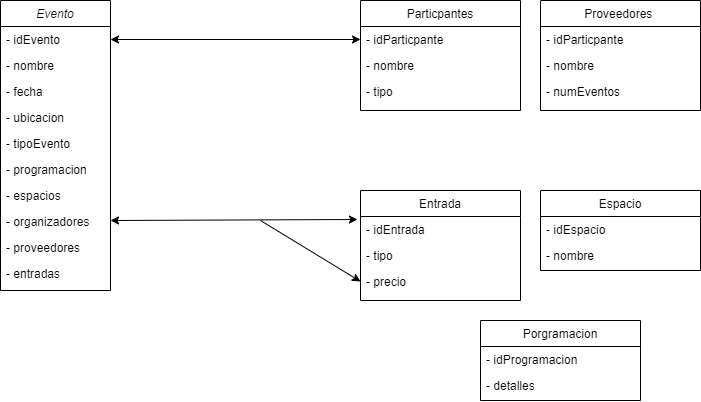
Before: lib/Diagrama sin título.drawio.png, a diagram exported from draw.io (Xrivera27/Fronted). Source tidied: cells renumbered, new cells last; positions are measured from the earlier drawing's top-left corner, leaving out a move shared by most shapes.
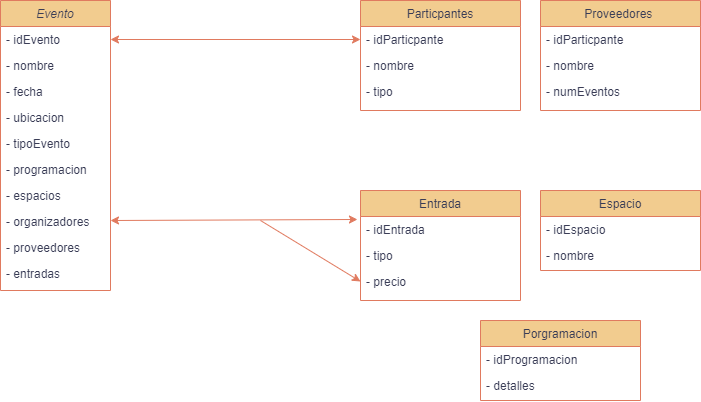
Above is the later version.

Diff of the diagram source:
```diff
@@ -2,102 +2,102 @@
   <root>
     <mxCell id="0" />
     <mxCell id="1" parent="0" />
-    <mxCell id="2" value="Evento" style="swimlane;fontStyle=2;align=center;verticalAlign=top;horizontal=1;startSize=26;rounded=0;shadow=0;strokeWidth=1;labelBackgroundColor=none;" parent="1" vertex="1">
+    <mxCell id="2" value="Evento" style="swimlane;fontStyle=2;align=center;verticalAlign=top;horizontal=1;startSize=26;rounded=0;shadow=0;strokeWidth=1;labelBackgroundColor=none;fillColor=#F2CC8F;strokeColor=#E07A5F;fontColor=#393C56;" parent="1" vertex="1">
       <mxGeometry width="110" height="290" as="geometry" />
     </mxCell>
-    <mxCell id="3" value="- idEvento" style="text;align=left;verticalAlign=top;spacingLeft=4;spacingRight=4;overflow=hidden;points=[[0,0.5],[1,0.5]];portConstraint=eastwest;labelBackgroundColor=none;rounded=0;" parent="2" vertex="1">
+    <mxCell id="3" value="- idEvento" style="text;align=left;verticalAlign=top;spacingLeft=4;spacingRight=4;overflow=hidden;points=[[0,0.5],[1,0.5]];portConstraint=eastwest;labelBackgroundColor=none;rounded=0;fontColor=#393C56;" parent="2" vertex="1">
       <mxGeometry y="26" width="110" height="26" as="geometry" />
     </mxCell>
-    <mxCell id="4" value="- nombre&#10;" style="text;align=left;verticalAlign=top;spacingLeft=4;spacingRight=4;overflow=hidden;rounded=0;shadow=0;html=0;labelBackgroundColor=none;" parent="2" vertex="1">
+    <mxCell id="4" value="- nombre&#10;" style="text;align=left;verticalAlign=top;spacingLeft=4;spacingRight=4;overflow=hidden;rounded=0;shadow=0;html=0;labelBackgroundColor=none;fontColor=#393C56;" parent="2" vertex="1">
       <mxGeometry y="52" width="110" height="26" as="geometry" />
     </mxCell>
-    <mxCell id="5" value="- fecha" style="text;align=left;verticalAlign=top;spacingLeft=4;spacingRight=4;overflow=hidden;rounded=0;shadow=0;html=0;labelBackgroundColor=none;" parent="2" vertex="1">
+    <mxCell id="5" value="- fecha" style="text;align=left;verticalAlign=top;spacingLeft=4;spacingRight=4;overflow=hidden;rounded=0;shadow=0;html=0;labelBackgroundColor=none;fontColor=#393C56;" parent="2" vertex="1">
       <mxGeometry y="78" width="110" height="26" as="geometry" />
     </mxCell>
-    <mxCell id="6" value="- ubicacion" style="text;align=left;verticalAlign=top;spacingLeft=4;spacingRight=4;overflow=hidden;rounded=0;shadow=0;html=0;labelBackgroundColor=none;" parent="2" vertex="1">
+    <mxCell id="6" value="- ubicacion" style="text;align=left;verticalAlign=top;spacingLeft=4;spacingRight=4;overflow=hidden;rounded=0;shadow=0;html=0;labelBackgroundColor=none;fontColor=#393C56;" parent="2" vertex="1">
       <mxGeometry y="104" width="110" height="26" as="geometry" />
     </mxCell>
-    <mxCell id="7" value="- tipoEvento" style="text;align=left;verticalAlign=top;spacingLeft=4;spacingRight=4;overflow=hidden;rounded=0;shadow=0;html=0;labelBackgroundColor=none;" parent="2" vertex="1">
+    <mxCell id="7" value="- tipoEvento" style="text;align=left;verticalAlign=top;spacingLeft=4;spacingRight=4;overflow=hidden;rounded=0;shadow=0;html=0;labelBackgroundColor=none;fontColor=#393C56;" parent="2" vertex="1">
       <mxGeometry y="130" width="110" height="26" as="geometry" />
     </mxCell>
-    <mxCell id="8" value="- programacion" style="text;align=left;verticalAlign=top;spacingLeft=4;spacingRight=4;overflow=hidden;rounded=0;shadow=0;html=0;labelBackgroundColor=none;" parent="2" vertex="1">
+    <mxCell id="8" value="- programacion" style="text;align=left;verticalAlign=top;spacingLeft=4;spacingRight=4;overflow=hidden;rounded=0;shadow=0;html=0;labelBackgroundColor=none;fontColor=#393C56;" parent="2" vertex="1">
       <mxGeometry y="156" width="110" height="26" as="geometry" />
     </mxCell>
-    <mxCell id="9" value="- espacios" style="text;align=left;verticalAlign=top;spacingLeft=4;spacingRight=4;overflow=hidden;rounded=0;shadow=0;html=0;labelBackgroundColor=none;" parent="2" vertex="1">
+    <mxCell id="9" value="- espacios" style="text;align=left;verticalAlign=top;spacingLeft=4;spacingRight=4;overflow=hidden;rounded=0;shadow=0;html=0;labelBackgroundColor=none;fontColor=#393C56;" parent="2" vertex="1">
       <mxGeometry y="182" width="110" height="26" as="geometry" />
     </mxCell>
-    <mxCell id="10" value="- organizadores" style="text;align=left;verticalAlign=top;spacingLeft=4;spacingRight=4;overflow=hidden;rounded=0;shadow=0;html=0;labelBackgroundColor=none;" parent="2" vertex="1">
+    <mxCell id="10" value="- organizadores" style="text;align=left;verticalAlign=top;spacingLeft=4;spacingRight=4;overflow=hidden;rounded=0;shadow=0;html=0;labelBackgroundColor=none;fontColor=#393C56;" parent="2" vertex="1">
       <mxGeometry y="208" width="110" height="26" as="geometry" />
     </mxCell>
-    <mxCell id="11" value="- proveedores" style="text;align=left;verticalAlign=top;spacingLeft=4;spacingRight=4;overflow=hidden;rounded=0;shadow=0;html=0;labelBackgroundColor=none;" parent="2" vertex="1">
+    <mxCell id="11" value="- proveedores" style="text;align=left;verticalAlign=top;spacingLeft=4;spacingRight=4;overflow=hidden;rounded=0;shadow=0;html=0;labelBackgroundColor=none;fontColor=#393C56;" parent="2" vertex="1">
       <mxGeometry y="234" width="110" height="26" as="geometry" />
     </mxCell>
-    <mxCell id="12" value="- entradas" style="text;align=left;verticalAlign=top;spacingLeft=4;spacingRight=4;overflow=hidden;rounded=0;shadow=0;html=0;labelBackgroundColor=none;" parent="2" vertex="1">
+    <mxCell id="12" value="- entradas" style="text;align=left;verticalAlign=top;spacingLeft=4;spacingRight=4;overflow=hidden;rounded=0;shadow=0;html=0;labelBackgroundColor=none;fontColor=#393C56;" parent="2" vertex="1">
       <mxGeometry y="260" width="110" height="26" as="geometry" />
     </mxCell>
-    <mxCell id="13" value="Particpantes" style="swimlane;fontStyle=0;align=center;verticalAlign=top;horizontal=1;startSize=26;rounded=0;shadow=0;strokeWidth=1;labelBackgroundColor=none;" parent="1" vertex="1">
+    <mxCell id="13" value="Particpantes" style="swimlane;fontStyle=0;align=center;verticalAlign=top;horizontal=1;startSize=26;rounded=0;shadow=0;strokeWidth=1;labelBackgroundColor=none;fillColor=#F2CC8F;strokeColor=#E07A5F;fontColor=#393C56;" parent="1" vertex="1">
       <mxGeometry x="360" width="160" height="110" as="geometry" />
     </mxCell>
-    <mxCell id="14" value="- idParticpante" style="text;align=left;verticalAlign=top;spacingLeft=4;spacingRight=4;overflow=hidden;points=[[0,0.5],[1,0.5]];portConstraint=eastwest;labelBackgroundColor=none;rounded=0;" parent="13" vertex="1">
+    <mxCell id="14" value="- idParticpante" style="text;align=left;verticalAlign=top;spacingLeft=4;spacingRight=4;overflow=hidden;points=[[0,0.5],[1,0.5]];portConstraint=eastwest;labelBackgroundColor=none;rounded=0;fontColor=#393C56;" parent="13" vertex="1">
       <mxGeometry y="26" width="160" height="26" as="geometry" />
     </mxCell>
-    <mxCell id="15" value="- nombre" style="text;align=left;verticalAlign=top;spacingLeft=4;spacingRight=4;overflow=hidden;rounded=0;shadow=0;html=0;labelBackgroundColor=none;" parent="13" vertex="1">
+    <mxCell id="15" value="- nombre" style="text;align=left;verticalAlign=top;spacingLeft=4;spacingRight=4;overflow=hidden;rounded=0;shadow=0;html=0;labelBackgroundColor=none;fontColor=#393C56;" parent="13" vertex="1">
       <mxGeometry y="52" width="160" height="26" as="geometry" />
     </mxCell>
-    <mxCell id="16" value="- tipo" style="text;align=left;verticalAlign=top;spacingLeft=4;spacingRight=4;overflow=hidden;rounded=0;shadow=0;html=0;labelBackgroundColor=none;" parent="13" vertex="1">
+    <mxCell id="16" value="- tipo" style="text;align=left;verticalAlign=top;spacingLeft=4;spacingRight=4;overflow=hidden;rounded=0;shadow=0;html=0;labelBackgroundColor=none;fontColor=#393C56;" parent="13" vertex="1">
       <mxGeometry y="78" width="160" height="26" as="geometry" />
     </mxCell>
-    <mxCell id="17" value="Proveedores " style="swimlane;fontStyle=0;align=center;verticalAlign=top;horizontal=1;startSize=26;rounded=0;shadow=0;strokeWidth=1;labelBackgroundColor=none;" parent="1" vertex="1">
+    <mxCell id="17" value="Proveedores " style="swimlane;fontStyle=0;align=center;verticalAlign=top;horizontal=1;startSize=26;rounded=0;shadow=0;strokeWidth=1;labelBackgroundColor=none;fillColor=#F2CC8F;strokeColor=#E07A5F;fontColor=#393C56;" parent="1" vertex="1">
       <mxGeometry x="540" width="160" height="110" as="geometry" />
     </mxCell>
-    <mxCell id="18" value="- idParticpante" style="text;align=left;verticalAlign=top;spacingLeft=4;spacingRight=4;overflow=hidden;labelBackgroundColor=none;rounded=0;" parent="17" vertex="1">
+    <mxCell id="18" value="- idParticpante" style="text;align=left;verticalAlign=top;spacingLeft=4;spacingRight=4;overflow=hidden;labelBackgroundColor=none;rounded=0;fontColor=#393C56;" parent="17" vertex="1">
       <mxGeometry y="26" width="160" height="26" as="geometry" />
     </mxCell>
-    <mxCell id="19" value="- nombre" style="text;align=left;verticalAlign=top;spacingLeft=4;spacingRight=4;overflow=hidden;rounded=0;shadow=0;html=0;labelBackgroundColor=none;" parent="17" vertex="1">
+    <mxCell id="19" value="- nombre" style="text;align=left;verticalAlign=top;spacingLeft=4;spacingRight=4;overflow=hidden;rounded=0;shadow=0;html=0;labelBackgroundColor=none;fontColor=#393C56;" parent="17" vertex="1">
       <mxGeometry y="52" width="160" height="26" as="geometry" />
     </mxCell>
-    <mxCell id="20" value="- numEventos" style="text;align=left;verticalAlign=top;spacingLeft=4;spacingRight=4;overflow=hidden;rounded=0;shadow=0;html=0;labelBackgroundColor=none;" parent="17" vertex="1">
+    <mxCell id="20" value="- numEventos" style="text;align=left;verticalAlign=top;spacingLeft=4;spacingRight=4;overflow=hidden;rounded=0;shadow=0;html=0;labelBackgroundColor=none;fontColor=#393C56;" parent="17" vertex="1">
       <mxGeometry y="78" width="160" height="26" as="geometry" />
     </mxCell>
-    <mxCell id="21" value="Entrada" style="swimlane;fontStyle=0;align=center;verticalAlign=top;horizontal=1;startSize=26;rounded=0;shadow=0;strokeWidth=1;labelBackgroundColor=none;" parent="1" vertex="1">
+    <mxCell id="21" value="Entrada" style="swimlane;fontStyle=0;align=center;verticalAlign=top;horizontal=1;startSize=26;rounded=0;shadow=0;strokeWidth=1;labelBackgroundColor=none;fillColor=#F2CC8F;strokeColor=#E07A5F;fontColor=#393C56;" parent="1" vertex="1">
       <mxGeometry x="360" y="190" width="160" height="110" as="geometry" />
     </mxCell>
-    <mxCell id="22" value="- idEntrada" style="text;align=left;verticalAlign=top;spacingLeft=4;spacingRight=4;overflow=hidden;points=[[0,0.5],[1,0.5]];portConstraint=eastwest;labelBackgroundColor=none;rounded=0;" parent="21" vertex="1">
+    <mxCell id="22" value="- idEntrada" style="text;align=left;verticalAlign=top;spacingLeft=4;spacingRight=4;overflow=hidden;points=[[0,0.5],[1,0.5]];portConstraint=eastwest;labelBackgroundColor=none;rounded=0;fontColor=#393C56;" parent="21" vertex="1">
       <mxGeometry y="26" width="160" height="26" as="geometry" />
     </mxCell>
-    <mxCell id="23" value="- tipo" style="text;align=left;verticalAlign=top;spacingLeft=4;spacingRight=4;overflow=hidden;rounded=0;shadow=0;html=0;labelBackgroundColor=none;" parent="21" vertex="1">
+    <mxCell id="23" value="- tipo" style="text;align=left;verticalAlign=top;spacingLeft=4;spacingRight=4;overflow=hidden;rounded=0;shadow=0;html=0;labelBackgroundColor=none;fontColor=#393C56;" parent="21" vertex="1">
       <mxGeometry y="52" width="160" height="26" as="geometry" />
     </mxCell>
-    <mxCell id="24" value="- precio" style="text;align=left;verticalAlign=top;spacingLeft=4;spacingRight=4;overflow=hidden;points=[[0,0.5],[1,0.5]];portConstraint=eastwest;rounded=0;shadow=0;html=0;labelBackgroundColor=none;" parent="21" vertex="1">
+    <mxCell id="24" value="- precio" style="text;align=left;verticalAlign=top;spacingLeft=4;spacingRight=4;overflow=hidden;points=[[0,0.5],[1,0.5]];portConstraint=eastwest;rounded=0;shadow=0;html=0;labelBackgroundColor=none;fontColor=#393C56;" parent="21" vertex="1">
       <mxGeometry y="78" width="160" height="26" as="geometry" />
     </mxCell>
-    <mxCell id="25" value="Espacio" style="swimlane;fontStyle=0;align=center;verticalAlign=top;horizontal=1;startSize=26;rounded=0;shadow=0;strokeWidth=1;labelBackgroundColor=none;" parent="1" vertex="1">
+    <mxCell id="25" value="Espacio" style="swimlane;fontStyle=0;align=center;verticalAlign=top;horizontal=1;startSize=26;rounded=0;shadow=0;strokeWidth=1;labelBackgroundColor=none;fillColor=#F2CC8F;strokeColor=#E07A5F;fontColor=#393C56;" parent="1" vertex="1">
       <mxGeometry x="540" y="190" width="160" height="80" as="geometry" />
     </mxCell>
-    <mxCell id="26" value="- idEspacio" style="text;align=left;verticalAlign=top;spacingLeft=4;spacingRight=4;overflow=hidden;labelBackgroundColor=none;rounded=0;" parent="25" vertex="1">
+    <mxCell id="26" value="- idEspacio" style="text;align=left;verticalAlign=top;spacingLeft=4;spacingRight=4;overflow=hidden;labelBackgroundColor=none;rounded=0;fontColor=#393C56;" parent="25" vertex="1">
       <mxGeometry y="26" width="160" height="26" as="geometry" />
     </mxCell>
-    <mxCell id="27" value="- nombre" style="text;align=left;verticalAlign=top;spacingLeft=4;spacingRight=4;overflow=hidden;rounded=0;shadow=0;html=0;labelBackgroundColor=none;" parent="25" vertex="1">
+    <mxCell id="27" value="- nombre" style="text;align=left;verticalAlign=top;spacingLeft=4;spacingRight=4;overflow=hidden;rounded=0;shadow=0;html=0;labelBackgroundColor=none;fontColor=#393C56;" parent="25" vertex="1">
       <mxGeometry y="52" width="160" height="26" as="geometry" />
     </mxCell>
-    <mxCell id="28" value="Porgramacion" style="swimlane;fontStyle=0;align=center;verticalAlign=top;horizontal=1;startSize=26;rounded=0;shadow=0;strokeWidth=1;labelBackgroundColor=none;" parent="1" vertex="1">
+    <mxCell id="28" value="Porgramacion" style="swimlane;fontStyle=0;align=center;verticalAlign=top;horizontal=1;startSize=26;rounded=0;shadow=0;strokeWidth=1;labelBackgroundColor=none;fillColor=#F2CC8F;strokeColor=#E07A5F;fontColor=#393C56;" parent="1" vertex="1">
       <mxGeometry x="480" y="320" width="160" height="80" as="geometry" />
     </mxCell>
-    <mxCell id="29" value="- idProgramacion" style="text;align=left;verticalAlign=top;spacingLeft=4;spacingRight=4;overflow=hidden;labelBackgroundColor=none;rounded=0;" parent="28" vertex="1">
+    <mxCell id="29" value="- idProgramacion" style="text;align=left;verticalAlign=top;spacingLeft=4;spacingRight=4;overflow=hidden;labelBackgroundColor=none;rounded=0;fontColor=#393C56;" parent="28" vertex="1">
       <mxGeometry y="26" width="160" height="26" as="geometry" />
     </mxCell>
-    <mxCell id="30" value="- detalles" style="text;align=left;verticalAlign=top;spacingLeft=4;spacingRight=4;overflow=hidden;rounded=0;shadow=0;html=0;labelBackgroundColor=none;" parent="28" vertex="1">
+    <mxCell id="30" value="- detalles" style="text;align=left;verticalAlign=top;spacingLeft=4;spacingRight=4;overflow=hidden;rounded=0;shadow=0;html=0;labelBackgroundColor=none;fontColor=#393C56;" parent="28" vertex="1">
       <mxGeometry y="52" width="160" height="26" as="geometry" />
     </mxCell>
-    <mxCell id="31" style="endArrow=classic;startArrow=classic;html=1;rounded=0;entryX=0;entryY=0.5;entryDx=0;entryDy=0;exitX=1;exitY=0.5;exitDx=0;exitDy=0;labelBackgroundColor=none;fontColor=default;" parent="1" edge="1" source="3" target="14">
+    <mxCell id="31" style="endArrow=classic;startArrow=classic;html=1;rounded=0;entryX=0;entryY=0.5;entryDx=0;entryDy=0;exitX=1;exitY=0.5;exitDx=0;exitDy=0;labelBackgroundColor=none;fontColor=default;strokeColor=#E07A5F;" parent="1" edge="1" source="3" target="14">
       <mxGeometry relative="1" as="geometry" />
     </mxCell>
-    <mxCell id="32" style="endArrow=classic;startArrow=classic;html=1;rounded=0;entryX=-0.019;entryY=0.115;entryDx=0;entryDy=0;entryPerimeter=0;labelBackgroundColor=none;fontColor=default;" parent="1" edge="1" target="22">
+    <mxCell id="32" style="endArrow=classic;startArrow=classic;html=1;rounded=0;entryX=-0.019;entryY=0.115;entryDx=0;entryDy=0;entryPerimeter=0;labelBackgroundColor=none;fontColor=default;strokeColor=#E07A5F;" parent="1" edge="1" target="22">
       <mxGeometry relative="1" as="geometry">
         <mxPoint x="110" y="220" as="sourcePoint" />
       </mxGeometry>
     </mxCell>
-    <mxCell id="33" style="endArrow=classic;html=1;rounded=0;entryX=0;entryY=0.5;entryDx=0;entryDy=0;labelBackgroundColor=none;fontColor=default;" parent="1" edge="1" target="24">
+    <mxCell id="33" style="endArrow=classic;html=1;rounded=0;entryX=0;entryY=0.5;entryDx=0;entryDy=0;labelBackgroundColor=none;fontColor=default;strokeColor=#E07A5F;" parent="1" edge="1" target="24">
       <mxGeometry relative="1" as="geometry">
         <mxPoint x="260" y="220" as="sourcePoint" />
       </mxGeometry>
```
